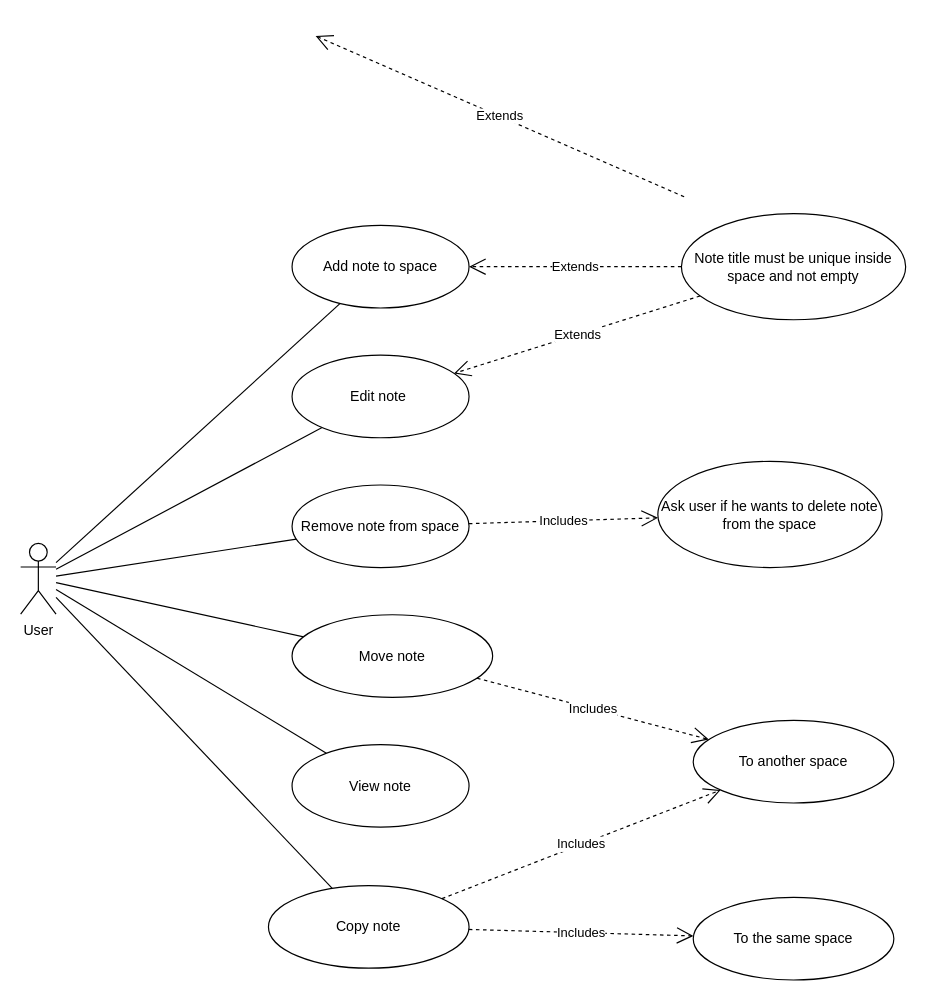
Above: page "note" (3 of 3) of docs/diagrams/use-case.drawio in SalttySugar/Nota (draw.io), before the change. Source tidied: cells renumbered, new cells numbered last; positions are measured from the earlier drawing's top-left corner, leaving out a move shared by most shapes. Both pictures are drawn from the tidied source at 118%, with x=0, y=0 at pixel (20, 35).
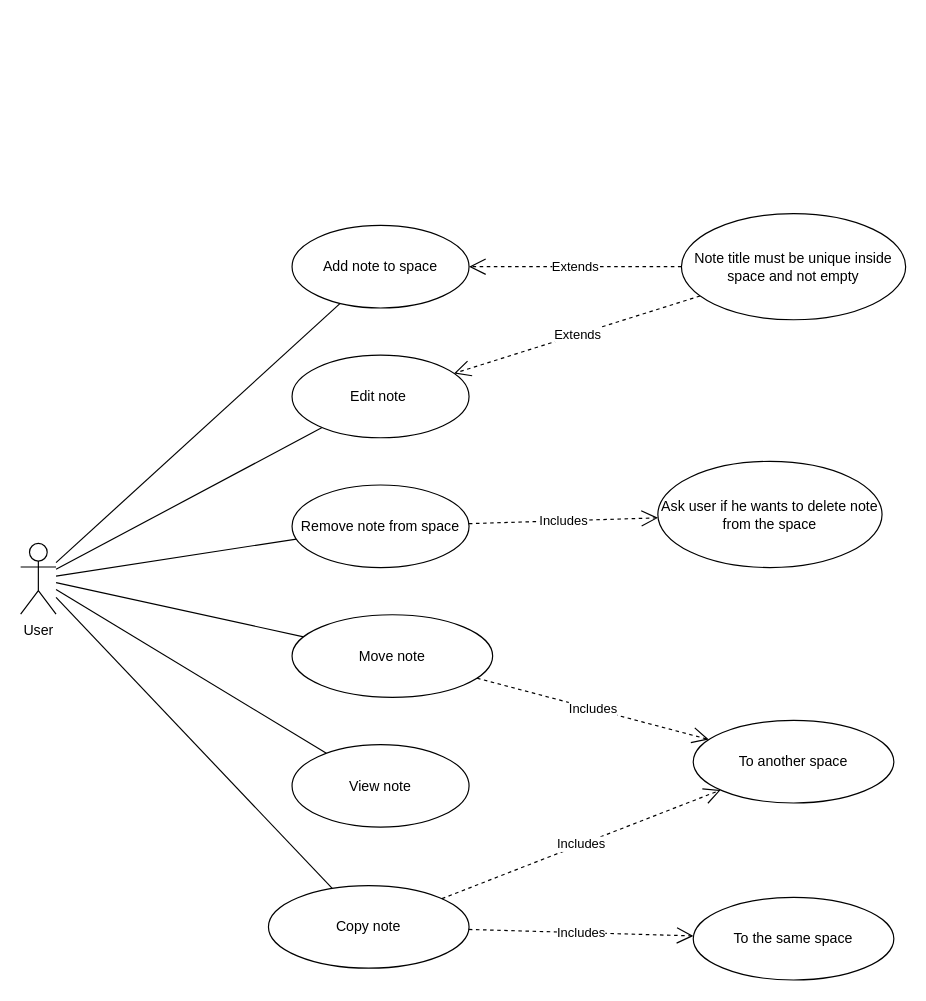
The same page after the edit.

Change to the diagram source:
```diff
@@
-    <mxCell id="3" value="Extends" style="endArrow=open;endSize=12;dashed=1;html=1;rounded=0;" parent="1" edge="1">
-      <mxGeometry relative="1" as="geometry">
-        <mxPoint x="562.3" y="136.3" as="sourcePoint" />
-        <mxPoint x="250" as="targetPoint" />
-      </mxGeometry>
-    </mxCell>
```
